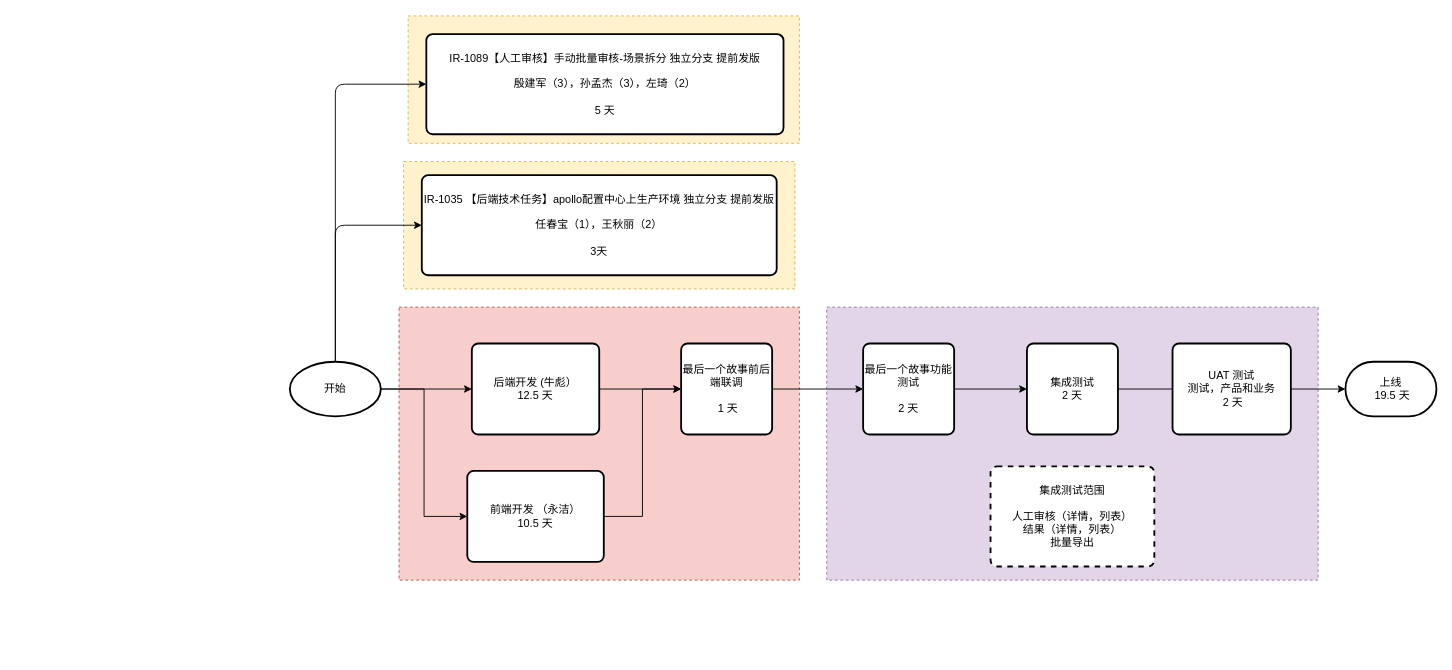
The draw.io diagram page "Copy of 图像中台S13-关键路径" (9 of 10) of ImageRecognizeSprintPath.drawio in xiaofeng1986/drawIO, before the edit. Source tidied: cells renumbered, new cells numbered last; positions are measured from the earlier drawing's top-left corner, leaving out a move shared by most shapes. Both pictures are drawn from the tidied source at 91%, with x=0, y=0 at pixel (16, 15).
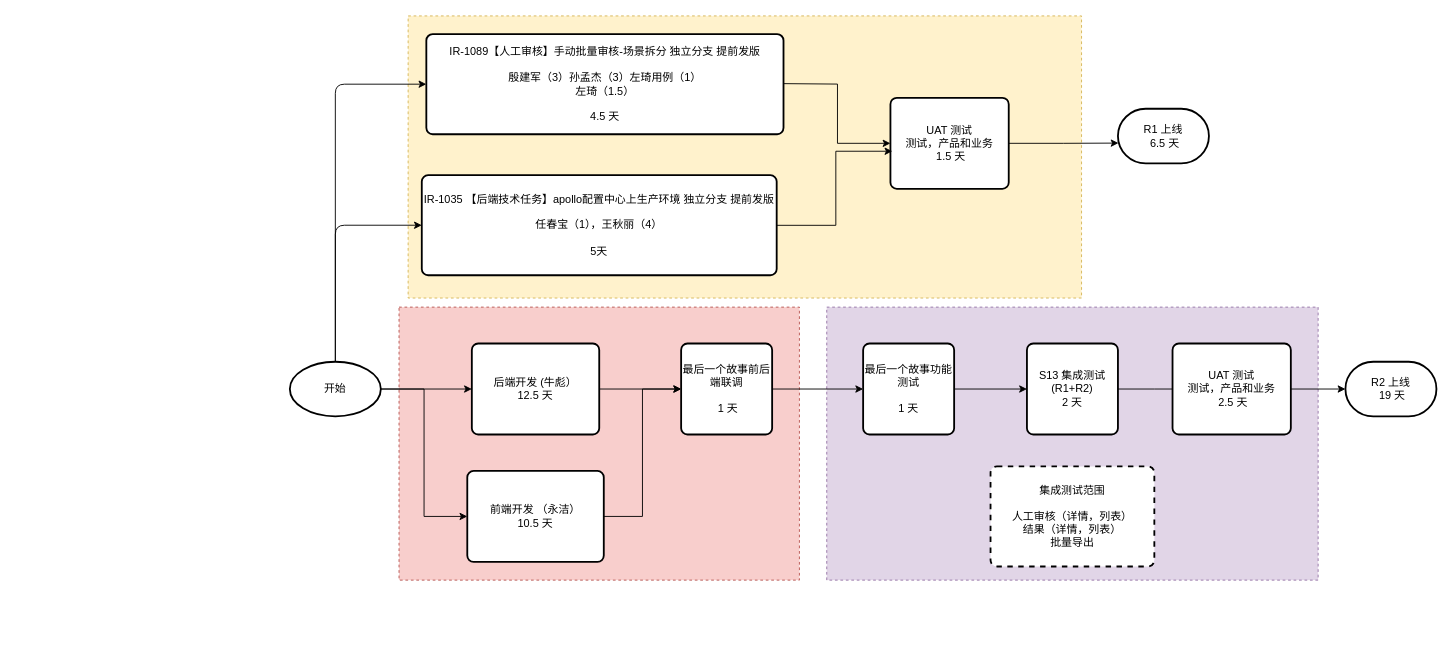
After the change.

The edit, as a diff of the source:
```diff
@@
-    <mxCell id="2" style="rounded=0;whiteSpace=wrap;html=1;dashed=1;fillColor=#fff2cc;strokeColor=#d6b656;" parent="1" vertex="1">
-      <mxGeometry x="425" y="160" width="430" height="140" as="geometry" />
-    </mxCell>
     <mxCell id="3" style="rounded=0;whiteSpace=wrap;html=1;dashed=1;fillColor=#fff2cc;strokeColor=#d6b656;" parent="1" vertex="1">
-      <mxGeometry x="430" width="430" height="140" as="geometry" />
+      <mxGeometry x="430" width="740" height="310" as="geometry" />
     </mxCell>
@@
-    <mxCell id="13" value="最后一个故事功能测试&lt;br&gt;&lt;br&gt;2 天" style="rounded=1;whiteSpace=wrap;html=1;absoluteArcSize=1;arcSize=14;strokeWidth=2;" parent="1" vertex="1">
+    <mxCell id="13" value="最后一个故事功能测试&lt;br&gt;&lt;br&gt;1 天" style="rounded=1;whiteSpace=wrap;html=1;absoluteArcSize=1;arcSize=14;strokeWidth=2;" parent="1" vertex="1">
       <mxGeometry x="930" y="360" width="100" height="100" as="geometry" />
     </mxCell>
@@
-    <mxCell id="15" value="集成测试&lt;br&gt;2 天" style="rounded=1;whiteSpace=wrap;html=1;absoluteArcSize=1;arcSize=14;strokeWidth=2;" parent="1" vertex="1">
+    <mxCell id="15" value="S13 集成测试&lt;br&gt;(R1+R2)&lt;br&gt;2 天" style="rounded=1;whiteSpace=wrap;html=1;absoluteArcSize=1;arcSize=14;strokeWidth=2;" parent="1" vertex="1">
       <mxGeometry x="1110" y="360" width="100" height="100" as="geometry" />
     </mxCell>
@@
-    <mxCell id="18" value="上线&lt;br&gt;&amp;nbsp;19.5 天" style="strokeWidth=2;html=1;shape=mxgraph.flowchart.terminator;whiteSpace=wrap;" parent="1" vertex="1">
+    <mxCell id="18" value="R2 上线&lt;br&gt;&amp;nbsp;19 天" style="strokeWidth=2;html=1;shape=mxgraph.flowchart.terminator;whiteSpace=wrap;" parent="1" vertex="1">
       <mxGeometry x="1460" y="380" width="100" height="60" as="geometry" />
     </mxCell>
@@
-    <mxCell id="23" value="UAT 测试&lt;br&gt;测试，产品和业务&lt;br&gt;&amp;nbsp;2 天" style="rounded=1;whiteSpace=wrap;html=1;absoluteArcSize=1;arcSize=14;strokeWidth=2;" parent="1" vertex="1">
+    <mxCell id="23" value="UAT 测试&lt;br&gt;测试，产品和业务&lt;br&gt;&amp;nbsp;2.5 天" style="rounded=1;whiteSpace=wrap;html=1;absoluteArcSize=1;arcSize=14;strokeWidth=2;" parent="1" vertex="1">
       <mxGeometry x="1270" y="360" width="130" height="100" as="geometry" />
     </mxCell>
@@
-    <mxCell id="25" value="&lt;span style=&quot;text-align: left ; background-color: rgb(255 , 255 , 255)&quot;&gt;IR-1089【人工审核】手动批量审核-场景拆分 独立分支 提前发版&lt;br&gt;&lt;br&gt;殷建军（3），孙孟杰（3），左琦（2）&lt;br&gt;&lt;br&gt;5 天&lt;br&gt;&lt;/span&gt;" style="rounded=1;whiteSpace=wrap;html=1;absoluteArcSize=1;arcSize=14;strokeWidth=2;" parent="1" vertex="1">
+    <mxCell id="25" value="&lt;span style=&quot;text-align: left ; background-color: rgb(255 , 255 , 255)&quot;&gt;IR-1089【人工审核】手动批量审核-场景拆分 独立分支 提前发版&lt;br&gt;&lt;br&gt;殷建军（3）孙孟杰（3）左琦用例（1）&lt;br&gt;左琦（1.5）&lt;br&gt;&lt;br&gt;4.5 天&lt;br&gt;&lt;/span&gt;" style="rounded=1;whiteSpace=wrap;html=1;absoluteArcSize=1;arcSize=14;strokeWidth=2;" parent="1" vertex="1">
       <mxGeometry x="450" y="20" width="392.5" height="110" as="geometry" />
     </mxCell>
-    <mxCell id="26" value="&lt;span style=&quot;text-align: left ; background-color: rgb(255 , 255 , 255)&quot;&gt;IR-1035&amp;nbsp;&lt;/span&gt;&lt;span style=&quot;text-align: left ; background-color: rgb(255 , 255 , 255)&quot;&gt;【后端技术任务】apollo配置中心上生产环境 独立分支 提前发版&lt;br&gt;&lt;/span&gt;&lt;span style=&quot;text-align: left ; background-color: rgb(255 , 255 , 255)&quot;&gt;&lt;br&gt;任春宝（1），王秋丽（2）&lt;br&gt;&lt;br&gt;3天&lt;br&gt;&lt;/span&gt;" style="rounded=1;whiteSpace=wrap;html=1;absoluteArcSize=1;arcSize=14;strokeWidth=2;" parent="1" vertex="1">
+    <mxCell id="26" value="&lt;span style=&quot;text-align: left ; background-color: rgb(255 , 255 , 255)&quot;&gt;IR-1035&amp;nbsp;&lt;/span&gt;&lt;span style=&quot;text-align: left ; background-color: rgb(255 , 255 , 255)&quot;&gt;【后端技术任务】apollo配置中心上生产环境 独立分支 提前发版&lt;br&gt;&lt;/span&gt;&lt;span style=&quot;text-align: left ; background-color: rgb(255 , 255 , 255)&quot;&gt;&lt;br&gt;任春宝（1），王秋丽（4）&lt;br&gt;&lt;br&gt;5天&lt;br&gt;&lt;/span&gt;" style="rounded=1;whiteSpace=wrap;html=1;absoluteArcSize=1;arcSize=14;strokeWidth=2;" parent="1" vertex="1">
       <mxGeometry x="445" y="175" width="390" height="110" as="geometry" />
     </mxCell>
@@
+    <mxCell id="29" style="edgeStyle=orthogonalEdgeStyle;rounded=0;jettySize=auto;html=1;entryX=0.006;entryY=0.629;entryDx=0;entryDy=0;entryPerimeter=0;" parent="1" edge="1" source="30" target="31">
+      <mxGeometry relative="1" as="geometry" />
+    </mxCell>
+    <mxCell id="30" value="UAT 测试&lt;br&gt;测试，产品和业务&lt;br&gt;&amp;nbsp;1.5 天" style="rounded=1;whiteSpace=wrap;html=1;absoluteArcSize=1;arcSize=14;strokeWidth=2;" parent="1" vertex="1">
+      <mxGeometry x="960" y="90" width="130" height="100" as="geometry" />
+    </mxCell>
+    <mxCell id="31" value="R1 上线&lt;br&gt;&amp;nbsp;6.5 天" style="strokeWidth=2;html=1;shape=mxgraph.flowchart.terminator;whiteSpace=wrap;" parent="1" vertex="1">
+      <mxGeometry x="1210" y="102" width="100" height="60" as="geometry" />
+    </mxCell>
+    <mxCell id="32" style="edgeStyle=orthogonalEdgeStyle;rounded=0;jettySize=auto;html=1;entryX=0;entryY=0.5;entryDx=0;entryDy=0;" parent="1" edge="1" target="30">
+      <mxGeometry relative="1" as="geometry">
+        <mxPoint x="842.5" y="74.4" as="sourcePoint" />
+      </mxGeometry>
+    </mxCell>
+    <mxCell id="33" style="edgeStyle=orthogonalEdgeStyle;rounded=0;jettySize=auto;html=1;entryX=0.016;entryY=0.587;entryDx=0;entryDy=0;entryPerimeter=0;" parent="1" edge="1" target="30">
+      <mxGeometry relative="1" as="geometry">
+        <mxPoint x="835" y="230.1" as="sourcePoint" />
+        <Array as="points">
+          <mxPoint x="900" y="230" />
+          <mxPoint x="900" y="149" />
+        </Array>
+      </mxGeometry>
+    </mxCell>
```
